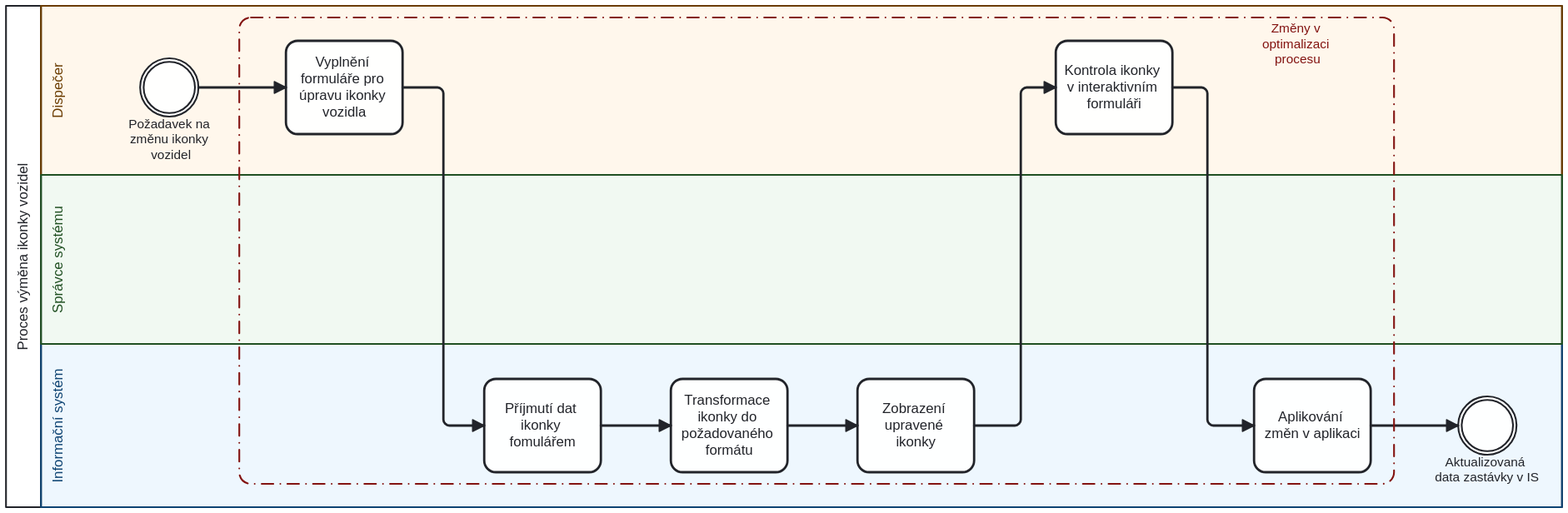
Earlier version of the BPMN export images/Pr3_v2 Výměna ikonky vozidel.svg (StrangerTwo/bachelor-thesis). Its source is kept beside it as images/Pr3_v2 Výměna ikonky vozidel.bpmn. Ids are renumbered.
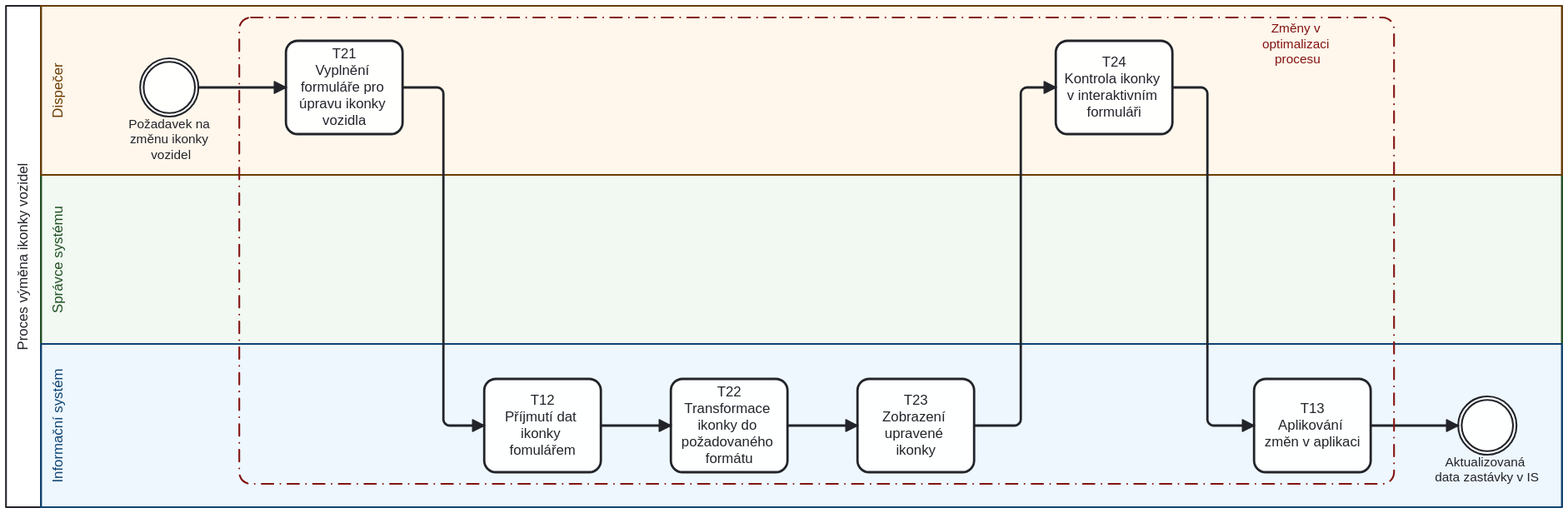
After the change.

The edit, as a diff of the source:
```diff
@@ -1,4 +1,4 @@
-<definitions xmlns="http://www.omg.org/spec/BPMN/20100524/MODEL" xmlns:bpmndi="http://www.omg.org/spec/BPMN/20100524/DI" xmlns:di="http://www.omg.org/spec/DD/20100524/DI" xmlns:dc="http://www.omg.org/spec/DD/20100524/DC" xmlns:xsi="http://www.w3.org/2001/XMLSchema-instance" xmlns:bioc="http://bpmn.io/schema/bpmn/biocolor/1.0" xmlns:color="http://www.omg.org/spec/BPMN/non-normative/color/1.0" id="Definitions_Online_Order_Fulfillment" targetNamespace="http://example.com/bpmn" exporter="bpmn-js (https://demo.bpmn.io)" exporterVersion="18.12.0">
+<definitions xmlns="http://www.omg.org/spec/BPMN/20100524/MODEL" xmlns:bpmndi="http://www.omg.org/spec/BPMN/20100524/DI" xmlns:di="http://www.omg.org/spec/DD/20100524/DI" xmlns:dc="http://www.omg.org/spec/DD/20100524/DC" xmlns:xsi="http://www.w3.org/2001/XMLSchema-instance" xmlns:bioc="http://bpmn.io/schema/bpmn/biocolor/1.0" xmlns:color="http://www.omg.org/spec/BPMN/non-normative/color/1.0" id="Definitions_Online_Order_Fulfillment" targetNamespace="http://example.com/bpmn" exporter="bpmn-js (https://demo.bpmn.io)" exporterVersion="18.13.1">
   <message id="Message_Online_Order_Fulfillment" name="Online Order Fulfillment" />
   <collaboration id="Collaboration_Online_Order_Fulfillment">
     <participant id="Participant_Proces_aktualizace_dat_j_zdn_ch___d_" name="Proces výměna ikonky vozidel" processRef="Process_Proces_aktualizace_dat_j_zdn_ch___d_" />
@@ -25,29 +25,29 @@
     <sequenceFlow id="Flow_n10" sourceRef="Activity_n5" targetRef="Activity_n8" />
     <sequenceFlow id="Flow_n11" sourceRef="Activity_n7" targetRef="Aktualizovan__data_j_zdn_ch___d__dostupn__v_IS" />
     <intermediateCatchEvent id="Zm_na_j_zdn_ho___du" name="Požadavek na změnu ikonky vozidel" />
-    <task id="Activity_n3" name="Vyplnění formuláře pro úpravu ikonky vozidla">
+    <task id="Activity_n3" name="T21&#10;Vyplnění formuláře pro úpravu ikonky vozidla">
       <incoming>Flow_rel-Zm_na_j_zdn_ho___du-Informov_n__spr_vce_syst_mu_o_zm_n__j_zdn_ch___d_-forward</incoming>
       <outgoing>Flow_n9</outgoing>
     </task>
-    <task id="Activity_n5" name="Příjmutí dat ikonky fomulářem">
+    <task id="Activity_n5" name="T12&#10;Příjmutí dat ikonky fomulářem">
       <incoming>Flow_n9</incoming>
       <outgoing>Flow_n10</outgoing>
     </task>
     <sequenceFlow id="Flow_n12" sourceRef="Activity_n6" targetRef="Activity_n4" />
     <sequenceFlow id="Flow_n13" sourceRef="Activity_n4" targetRef="Activity_n7" />
-    <task id="Activity_n6" name="Zobrazení upravené ikonky">
+    <task id="Activity_n6" name="T23&#10;Zobrazení upravené ikonky">
       <incoming>Flow_n14</incoming>
       <outgoing>Flow_n12</outgoing>
     </task>
-    <task id="Activity_n7" name="Aplikování změn v aplikaci">
+    <task id="Activity_n7" name="T13&#10;Aplikování změn v aplikaci">
       <incoming>Flow_n13</incoming>
       <outgoing>Flow_n11</outgoing>
     </task>
-    <task id="Activity_n4" name="Kontrola ikonky v interaktivním formuláři">
+    <task id="Activity_n4" name="T24&#10;Kontrola ikonky v interaktivním formuláři">
       <incoming>Flow_n12</incoming>
       <outgoing>Flow_n13</outgoing>
     </task>
-    <task id="Activity_n8" name="Transformace ikonky do požadovaného formátu">
+    <task id="Activity_n8" name="T22&#10;Transformace ikonky do požadovaného formátu">
       <incoming>Flow_n10</incoming>
       <outgoing>Flow_n14</outgoing>
     </task>
@@ -65,15 +65,15 @@
         <dc:Bounds x="130" y="60" width="1334" height="430" />
         <bpmndi:BPMNLabel />
       </bpmndi:BPMNShape>
-      <bpmndi:BPMNShape id="LaneShape_Dopravce" bpmnElement="Lane_Dopravce" isHorizontal="true" bioc:stroke="#6b3c00" bioc:fill="#ffe0b2" color:background-color="#ffe0b2" color:border-color="#6b3c00">
-        <dc:Bounds x="160" y="60" width="1304" height="145" />
-        <bpmndi:BPMNLabel />
+      <bpmndi:BPMNShape id="LaneShape_Spr_vce_syst_mu" bpmnElement="Lane_Spr_vce_syst_mu" isHorizontal="true" bioc:stroke="#205022" bioc:fill="#c8e6c9" color:background-color="#c8e6c9" color:border-color="#205022">
+        <dc:Bounds x="160" y="205" width="1304" height="145" />
       </bpmndi:BPMNShape>
       <bpmndi:BPMNShape id="LaneShape_Informa_n__syst_m" bpmnElement="Lane_Informa_n__syst_m" isHorizontal="true" bioc:stroke="#0d4372" bioc:fill="#bbdefb" color:background-color="#bbdefb" color:border-color="#0d4372">
         <dc:Bounds x="160" y="350" width="1304" height="140" />
       </bpmndi:BPMNShape>
-      <bpmndi:BPMNShape id="LaneShape_Spr_vce_syst_mu" bpmnElement="Lane_Spr_vce_syst_mu" isHorizontal="true" bioc:stroke="#205022" bioc:fill="#c8e6c9" color:background-color="#c8e6c9" color:border-color="#205022">
-        <dc:Bounds x="160" y="205" width="1304" height="145" />
+      <bpmndi:BPMNShape id="LaneShape_Dopravce" bpmnElement="Lane_Dopravce" isHorizontal="true" bioc:stroke="#6b3c00" bioc:fill="#ffe0b2" color:background-color="#ffe0b2" color:border-color="#6b3c00">
+        <dc:Bounds x="160" y="60" width="1304" height="145" />
+        <bpmndi:BPMNLabel />
       </bpmndi:BPMNShape>
       <bpmndi:BPMNShape id="Shape_Zm_na_j_zdn_ho___du" bpmnElement="Zm_na_j_zdn_ho___du">
         <dc:Bounds x="245" y="105" width="50" height="50" />
```
